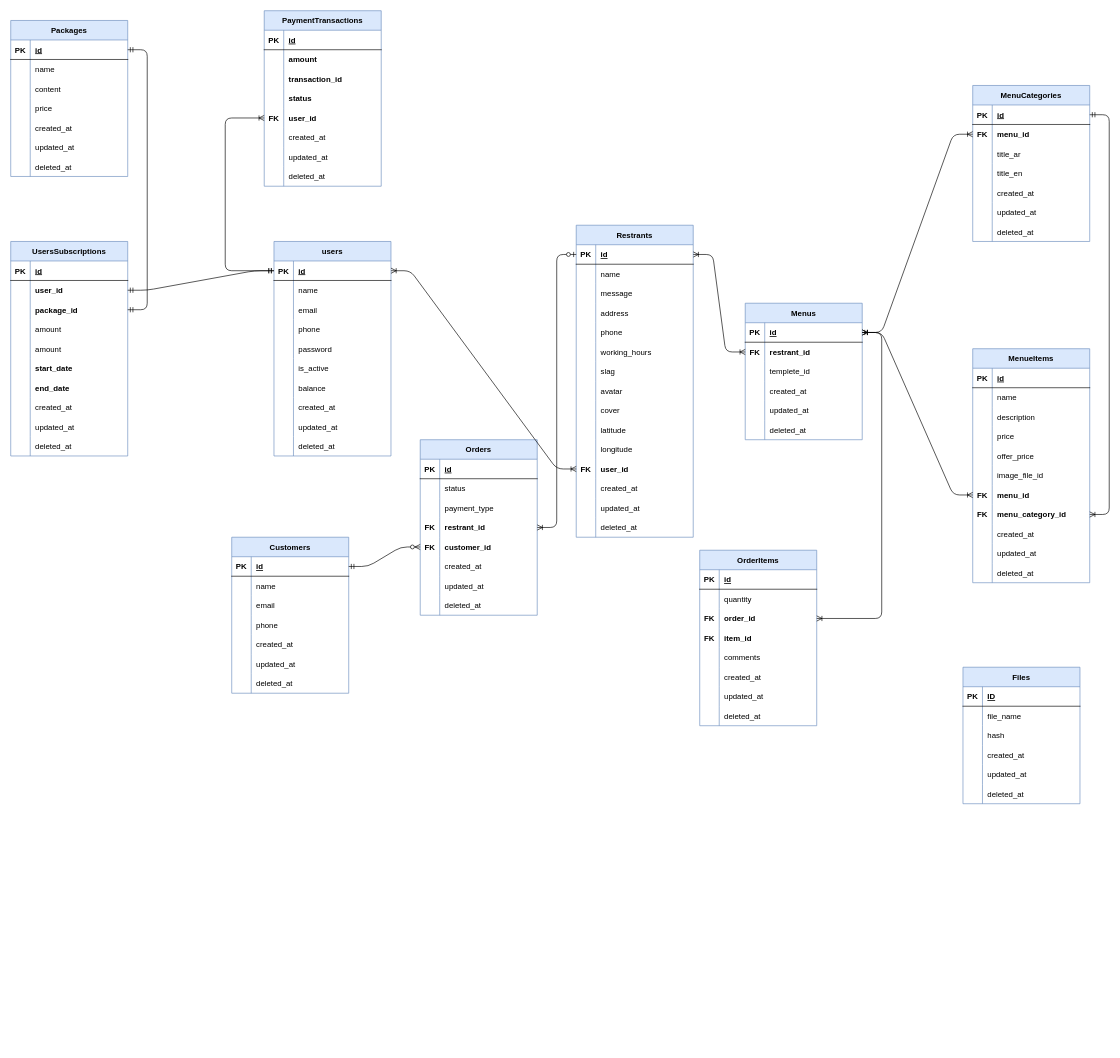
This is database.drawio from zchacker/resMenu, a draw.io file, before an edit. Source tidied: cells renumbered, new cells numbered last; positions are measured from the earlier drawing's top-left corner, leaving out a move shared by most shapes. Both pictures are drawn from the tidied source at 65%, with x=0, y=0 at pixel (10, 10).
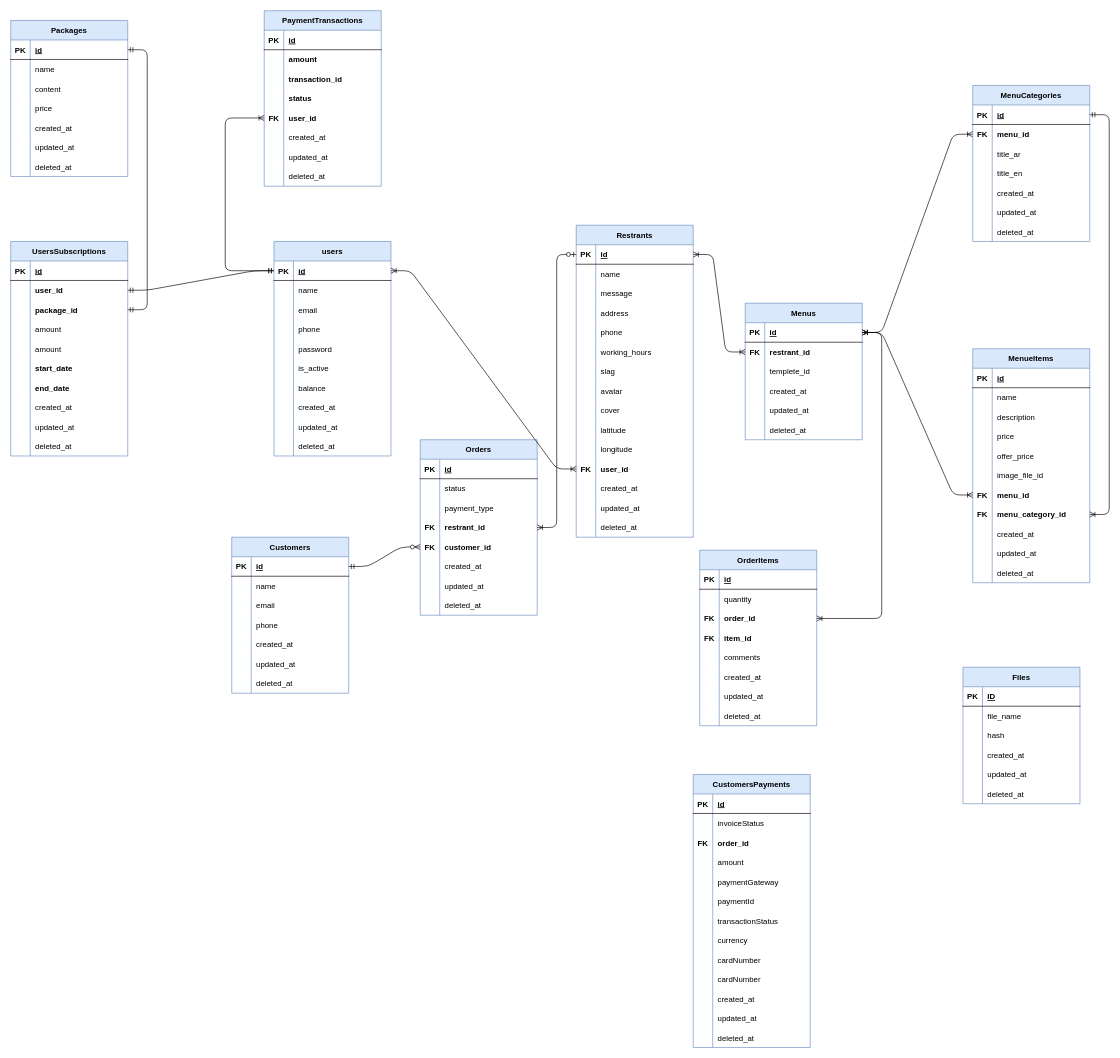
The same diagram, later.

What changed in the source:
```diff
@@
+    <mxCell id="334" value="CustomersPayments" style="shape=table;startSize=30;childLayout=tableLayout;rowLines=0;fontStyle=1;align=center;fillColor=#dae8fc;strokeColor=#6c8ebf;" parent="1" vertex="1">
+      <mxGeometry x="1050" y="1175" width="180" height="420" as="geometry" />
+    </mxCell>
+    <mxCell id="335" style="shape=partialRectangle;fillColor=none;top=0;left=0;bottom=1;right=0;" parent="334" vertex="1">
+      <mxGeometry y="30" width="180" height="30" as="geometry" />
+    </mxCell>
+    <mxCell id="336" value="PK" style="shape=partialRectangle;fillColor=none;top=0;left=0;bottom=0;right=0;fontStyle=1;overflow=hidden;" parent="335" vertex="1">
+      <mxGeometry width="30" height="30" as="geometry" />
+    </mxCell>
+    <mxCell id="337" value="id" style="shape=partialRectangle;fillColor=none;top=0;left=0;bottom=0;right=0;align=left;spacingLeft=6;fontStyle=5;overflow=hidden;" parent="335" vertex="1">
+      <mxGeometry x="30" width="150" height="30" as="geometry" />
+    </mxCell>
+    <mxCell id="338" style="shape=partialRectangle;fillColor=none;top=0;left=0;bottom=0;right=0;" parent="334" vertex="1">
+      <mxGeometry y="60" width="180" height="30" as="geometry" />
+    </mxCell>
+    <mxCell id="339" style="shape=partialRectangle;fillColor=none;top=0;left=0;bottom=0;right=0;overflow=hidden;" parent="338" vertex="1">
+      <mxGeometry width="30" height="30" as="geometry" />
+    </mxCell>
+    <mxCell id="340" value="invoiceStatus" style="shape=partialRectangle;fillColor=none;top=0;left=0;bottom=0;right=0;align=left;spacingLeft=6;overflow=hidden;" parent="338" vertex="1">
+      <mxGeometry x="30" width="150" height="30" as="geometry" />
+    </mxCell>
+    <mxCell id="341" style="shape=partialRectangle;fillColor=none;top=0;left=0;bottom=0;right=0;fontStyle=0;" parent="334" vertex="1">
+      <mxGeometry y="90" width="180" height="30" as="geometry" />
+    </mxCell>
+    <mxCell id="342" value="FK" style="shape=partialRectangle;fillColor=none;top=0;left=0;bottom=0;right=0;overflow=hidden;fontStyle=1;" parent="341" vertex="1">
+      <mxGeometry width="30" height="30" as="geometry" />
+    </mxCell>
+    <mxCell id="343" value="order_id" style="shape=partialRectangle;fillColor=none;top=0;left=0;bottom=0;right=0;align=left;spacingLeft=6;overflow=hidden;fontStyle=1;" parent="341" vertex="1">
+      <mxGeometry x="30" width="150" height="30" as="geometry" />
+    </mxCell>
+    <mxCell id="344" style="shape=partialRectangle;fillColor=none;top=0;left=0;bottom=0;right=0;" parent="334" vertex="1">
+      <mxGeometry y="120" width="180" height="30" as="geometry" />
+    </mxCell>
+    <mxCell id="345" style="shape=partialRectangle;fillColor=none;top=0;left=0;bottom=0;right=0;overflow=hidden;" parent="344" vertex="1">
+      <mxGeometry width="30" height="30" as="geometry" />
+    </mxCell>
+    <mxCell id="346" value="amount" style="shape=partialRectangle;fillColor=none;top=0;left=0;bottom=0;right=0;align=left;spacingLeft=6;overflow=hidden;" parent="344" vertex="1">
+      <mxGeometry x="30" width="150" height="30" as="geometry" />
+    </mxCell>
+    <mxCell id="347" style="shape=partialRectangle;fillColor=none;top=0;left=0;bottom=0;right=0;" parent="334" vertex="1">
+      <mxGeometry y="150" width="180" height="30" as="geometry" />
+    </mxCell>
+    <mxCell id="348" style="shape=partialRectangle;fillColor=none;top=0;left=0;bottom=0;right=0;overflow=hidden;" parent="347" vertex="1">
+      <mxGeometry width="30" height="30" as="geometry" />
+    </mxCell>
+    <mxCell id="349" value="paymentGateway" style="shape=partialRectangle;fillColor=none;top=0;left=0;bottom=0;right=0;align=left;spacingLeft=6;overflow=hidden;" parent="347" vertex="1">
+      <mxGeometry x="30" width="150" height="30" as="geometry" />
+    </mxCell>
+    <mxCell id="350" style="shape=partialRectangle;fillColor=none;top=0;left=0;bottom=0;right=0;" parent="334" vertex="1">
+      <mxGeometry y="180" width="180" height="30" as="geometry" />
+    </mxCell>
+    <mxCell id="351" style="shape=partialRectangle;fillColor=none;top=0;left=0;bottom=0;right=0;overflow=hidden;" parent="350" vertex="1">
+      <mxGeometry width="30" height="30" as="geometry" />
+    </mxCell>
+    <mxCell id="352" value="paymentId" style="shape=partialRectangle;fillColor=none;top=0;left=0;bottom=0;right=0;align=left;spacingLeft=6;overflow=hidden;" parent="350" vertex="1">
+      <mxGeometry x="30" width="150" height="30" as="geometry" />
+    </mxCell>
+    <mxCell id="353" style="shape=partialRectangle;fillColor=none;top=0;left=0;bottom=0;right=0;" parent="334" vertex="1">
+      <mxGeometry y="210" width="180" height="30" as="geometry" />
+    </mxCell>
+    <mxCell id="354" style="shape=partialRectangle;fillColor=none;top=0;left=0;bottom=0;right=0;overflow=hidden;" parent="353" vertex="1">
+      <mxGeometry width="30" height="30" as="geometry" />
+    </mxCell>
+    <mxCell id="355" value="transactionStatus" style="shape=partialRectangle;fillColor=none;top=0;left=0;bottom=0;right=0;align=left;spacingLeft=6;overflow=hidden;" parent="353" vertex="1">
+      <mxGeometry x="30" width="150" height="30" as="geometry" />
+    </mxCell>
+    <mxCell id="356" style="shape=partialRectangle;fillColor=none;top=0;left=0;bottom=0;right=0;" parent="334" vertex="1">
+      <mxGeometry y="240" width="180" height="30" as="geometry" />
+    </mxCell>
+    <mxCell id="357" style="shape=partialRectangle;fillColor=none;top=0;left=0;bottom=0;right=0;overflow=hidden;" parent="356" vertex="1">
+      <mxGeometry width="30" height="30" as="geometry" />
+    </mxCell>
+    <mxCell id="358" value="currency" style="shape=partialRectangle;fillColor=none;top=0;left=0;bottom=0;right=0;align=left;spacingLeft=6;overflow=hidden;" parent="356" vertex="1">
+      <mxGeometry x="30" width="150" height="30" as="geometry" />
+    </mxCell>
+    <mxCell id="359" style="shape=partialRectangle;fillColor=none;top=0;left=0;bottom=0;right=0;" parent="334" vertex="1">
+      <mxGeometry y="270" width="180" height="30" as="geometry" />
+    </mxCell>
+    <mxCell id="360" style="shape=partialRectangle;fillColor=none;top=0;left=0;bottom=0;right=0;overflow=hidden;" parent="359" vertex="1">
+      <mxGeometry width="30" height="30" as="geometry" />
+    </mxCell>
+    <mxCell id="361" value="cardNumber" style="shape=partialRectangle;fillColor=none;top=0;left=0;bottom=0;right=0;align=left;spacingLeft=6;overflow=hidden;" parent="359" vertex="1">
+      <mxGeometry x="30" width="150" height="30" as="geometry" />
+    </mxCell>
+    <mxCell id="362" style="shape=partialRectangle;fillColor=none;top=0;left=0;bottom=0;right=0;" parent="334" vertex="1">
+      <mxGeometry y="300" width="180" height="30" as="geometry" />
+    </mxCell>
+    <mxCell id="363" style="shape=partialRectangle;fillColor=none;top=0;left=0;bottom=0;right=0;overflow=hidden;" parent="362" vertex="1">
+      <mxGeometry width="30" height="30" as="geometry" />
+    </mxCell>
+    <mxCell id="364" value="cardNumber" style="shape=partialRectangle;fillColor=none;top=0;left=0;bottom=0;right=0;align=left;spacingLeft=6;overflow=hidden;" parent="362" vertex="1">
+      <mxGeometry x="30" width="150" height="30" as="geometry" />
+    </mxCell>
+    <mxCell id="365" style="shape=partialRectangle;fillColor=none;top=0;left=0;bottom=0;right=0;" parent="334" vertex="1">
+      <mxGeometry y="330" width="180" height="30" as="geometry" />
+    </mxCell>
+    <mxCell id="366" style="shape=partialRectangle;fillColor=none;top=0;left=0;bottom=0;right=0;overflow=hidden;" parent="365" vertex="1">
+      <mxGeometry width="30" height="30" as="geometry" />
+    </mxCell>
+    <mxCell id="367" value="created_at" style="shape=partialRectangle;fillColor=none;top=0;left=0;bottom=0;right=0;align=left;spacingLeft=6;overflow=hidden;" parent="365" vertex="1">
+      <mxGeometry x="30" width="150" height="30" as="geometry" />
+    </mxCell>
+    <mxCell id="368" style="shape=partialRectangle;fillColor=none;top=0;left=0;bottom=0;right=0;" parent="334" vertex="1">
+      <mxGeometry y="360" width="180" height="30" as="geometry" />
+    </mxCell>
+    <mxCell id="369" style="shape=partialRectangle;fillColor=none;top=0;left=0;bottom=0;right=0;overflow=hidden;" parent="368" vertex="1">
+      <mxGeometry width="30" height="30" as="geometry" />
+    </mxCell>
+    <mxCell id="370" value="updated_at" style="shape=partialRectangle;fillColor=none;top=0;left=0;bottom=0;right=0;align=left;spacingLeft=6;overflow=hidden;" parent="368" vertex="1">
+      <mxGeometry x="30" width="150" height="30" as="geometry" />
+    </mxCell>
+    <mxCell id="371" style="shape=partialRectangle;fillColor=none;top=0;left=0;bottom=0;right=0;" parent="334" vertex="1">
+      <mxGeometry y="390" width="180" height="30" as="geometry" />
+    </mxCell>
+    <mxCell id="372" style="shape=partialRectangle;fillColor=none;top=0;left=0;bottom=0;right=0;overflow=hidden;" parent="371" vertex="1">
+      <mxGeometry width="30" height="30" as="geometry" />
+    </mxCell>
+    <mxCell id="373" value="deleted_at" style="shape=partialRectangle;fillColor=none;top=0;left=0;bottom=0;right=0;align=left;spacingLeft=6;overflow=hidden;" parent="371" vertex="1">
+      <mxGeometry x="30" width="150" height="30" as="geometry" />
+    </mxCell>
```
